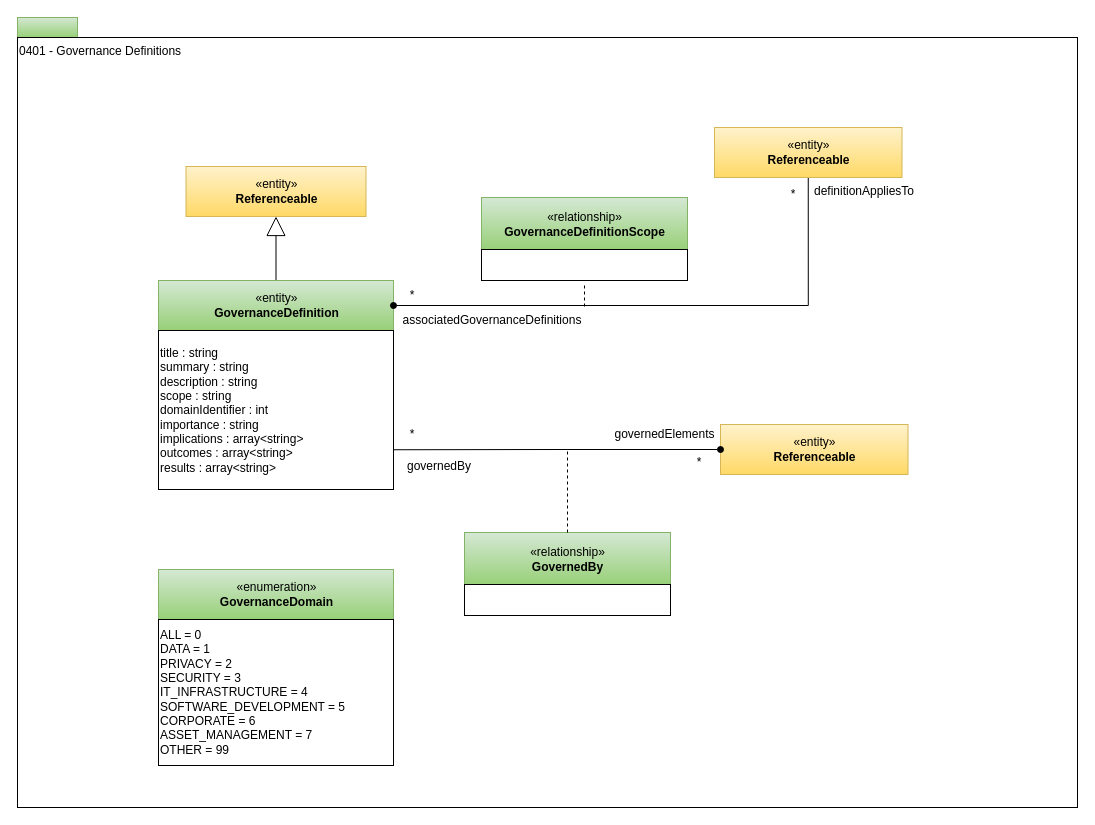
This is page "0401-Governance-Definitions" (2 of 31) of site/docs/types/4/area-4-governance.drawio from odpi/egeria-docs, a draw.io file, before an edit. Source tidied: cells renumbered, new cells numbered last; positions are measured from the earlier drawing's top-left corner, leaving out a move shared by most shapes. Both pictures are drawn from the tidied source at 100%, with x=0, y=0 at pixel (17, 17).
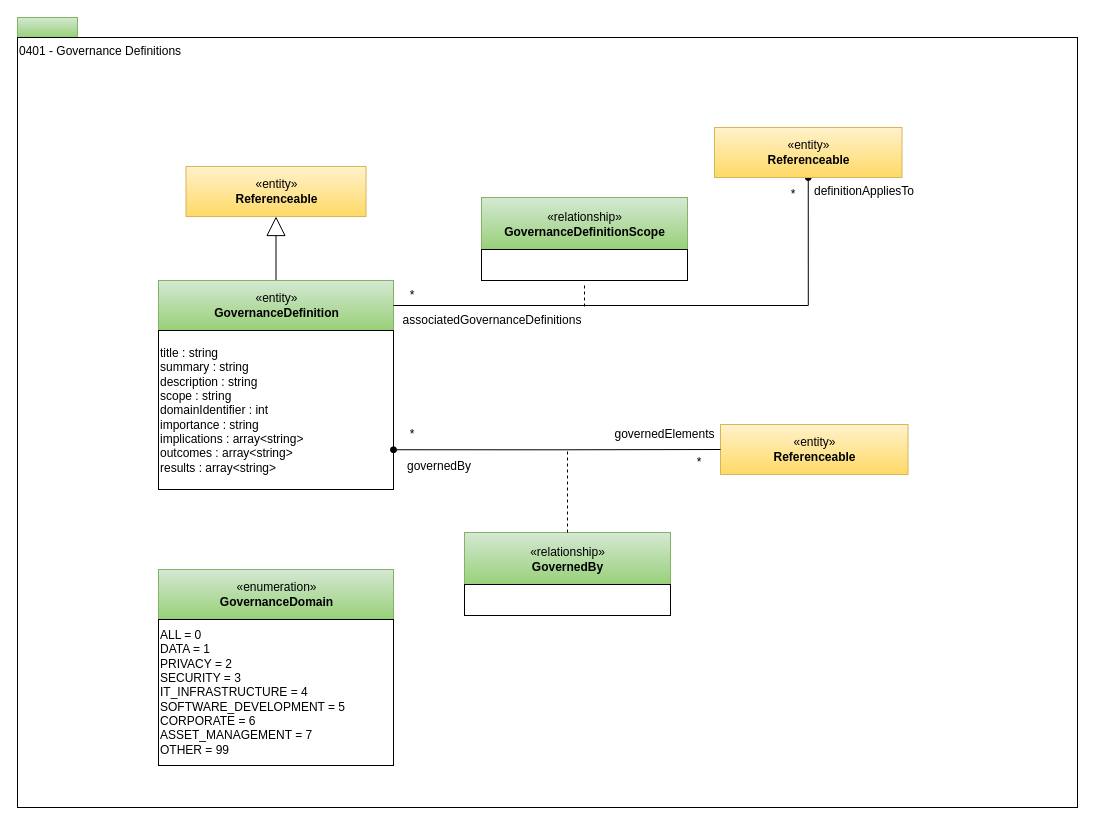
The same diagram, later.

The change refers to these unchanged cells:
```xml
<mxCell id="5" value="«entity»&lt;br&gt;&lt;b&gt;GovernanceDefinition&lt;/b&gt;" style="html=1;strokeColor=#82b366;align=center;fillColor=#d5e8d4;gradientColor=#97d077;" parent="1" vertex="1">
  <mxGeometry x="141" y="263" width="235" height="50" as="geometry" />
</mxCell>
<mxCell id="7" value="title : string&lt;br&gt;summary : string&lt;br&gt;description : string&lt;br&gt;scope : string&lt;br&gt;domainIdentifier : int&lt;br&gt;importance : string&lt;br&gt;implications : array&amp;lt;string&amp;gt;&lt;br&gt;outcomes : array&amp;lt;string&amp;gt;&lt;br&gt;results : array&amp;lt;string&amp;gt;" style="rounded=0;whiteSpace=wrap;html=1;strokeColor=#000000;gradientColor=#ffffff;align=left;" parent="1" vertex="1">
  <mxGeometry x="141" y="313" width="235" height="159" as="geometry" />
</mxCell>
<mxCell id="10" value="«entity»&lt;br&gt;&lt;b&gt;Referenceable&lt;/b&gt;" style="html=1;strokeColor=#d6b656;align=center;fillColor=#fff2cc;gradientColor=#ffd966;" parent="1" vertex="1">
  <mxGeometry x="703" y="407" width="187.5" height="50" as="geometry" />
</mxCell>
<mxCell id="20" value="«entity»&lt;br&gt;&lt;b&gt;Referenceable&lt;/b&gt;" style="html=1;strokeColor=#d6b656;align=center;fillColor=#fff2cc;gradientColor=#ffd966;" parent="1" vertex="1">
  <mxGeometry x="697" y="110" width="187.5" height="50" as="geometry" />
</mxCell>
```

What changed in the source:
```diff
@@
-    <mxCell id="11" style="edgeStyle=orthogonalEdgeStyle;rounded=0;html=1;entryX=1;entryY=0.75;jettySize=auto;endArrow=none;endFill=0;entryDx=0;entryDy=0;exitX=0;exitY=0.5;exitDx=0;exitDy=0;startArrow=oval;startFill=1;" parent="1" edge="1" source="10" target="7">
+    <mxCell id="11" style="edgeStyle=orthogonalEdgeStyle;rounded=0;html=1;jettySize=auto;endArrow=none;endFill=0;exitX=1;exitY=0.75;exitDx=0;exitDy=0;startArrow=oval;startFill=1;" parent="1" edge="1" source="7" target="10">
       <mxGeometry relative="1" as="geometry" />
     </mxCell>
@@
-    <mxCell id="19" style="edgeStyle=orthogonalEdgeStyle;rounded=0;jettySize=auto;html=1;entryX=1;entryY=0.5;entryDx=0;entryDy=0;endArrow=oval;endFill=1;endSize=6;exitX=0.5;exitY=1;exitDx=0;exitDy=0;" parent="1" edge="1" source="20" target="5">
+    <mxCell id="19" style="edgeStyle=orthogonalEdgeStyle;rounded=0;jettySize=auto;html=1;entryX=0.5;entryY=1;entryDx=0;entryDy=0;endArrow=oval;endFill=1;endSize=6;exitX=1;exitY=0.5;exitDx=0;exitDy=0;" parent="1" edge="1" source="5" target="20">
       <mxGeometry relative="1" as="geometry" />
     </mxCell>
```
